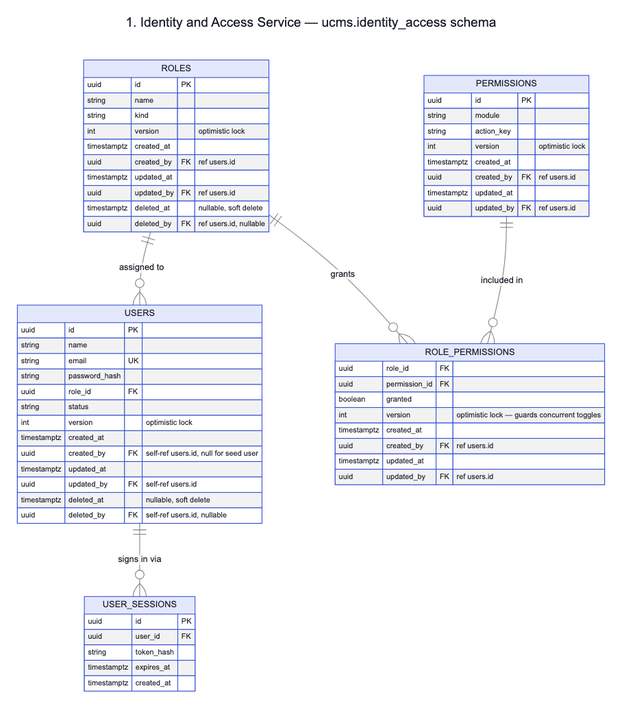
This is docs/architecture/tables-01-identity-access.png from ESD-ONE/University-Course-Management-System, a Mermaid export, as it was before one commit. Its source is kept beside it as docs/architecture/tables-01-identity-access.mmd.
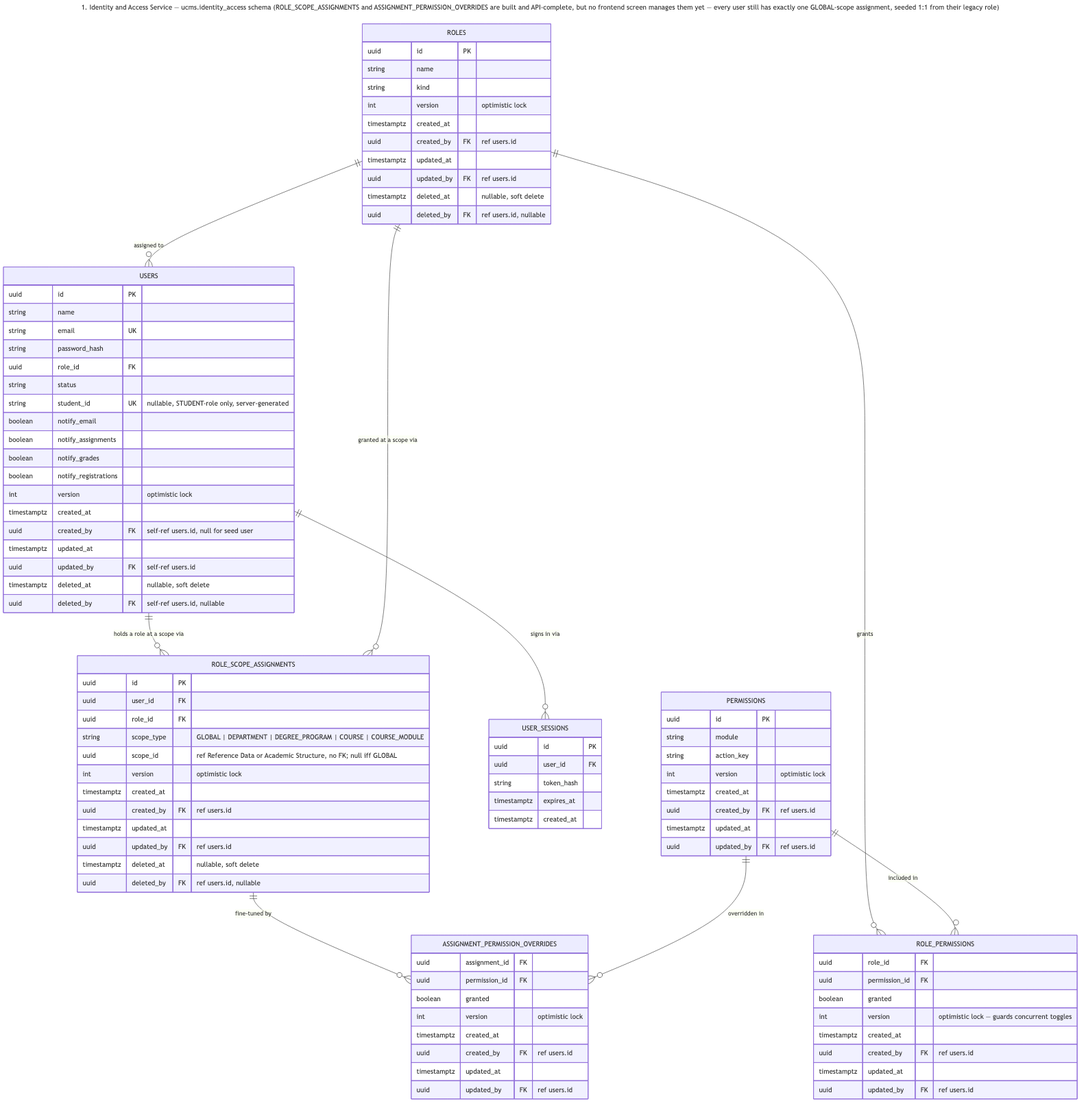
After the commit.

Diff of the diagram source:
```diff
@@ -1,5 +1,5 @@
 ---
-title: 1. Identity and Access Service — ucms.identity_access schema
+title: "1. Identity and Access Service — ucms.identity_access schema (ROLE_SCOPE_ASSIGNMENTS and ASSIGNMENT_PERMISSION_OVERRIDES are built and API-complete, but no frontend screen manages them yet — every user still has exactly one GLOBAL-scope assignment, seeded 1:1 from their legacy role)"
 ---
 erDiagram
     USERS {
@@ -9,6 +9,11 @@
         string password_hash
         uuid role_id FK
         string status
+        string student_id UK "nullable, STUDENT-role only, server-generated"
+        boolean notify_email
+        boolean notify_assignments
+        boolean notify_grades
+        boolean notify_registrations
         int version "optimistic lock"
         timestamptz created_at
         uuid created_by FK "self-ref users.id, null for seed user"
@@ -56,8 +61,36 @@
         timestamptz expires_at
         timestamptz created_at
     }
+    ROLE_SCOPE_ASSIGNMENTS {
+        uuid id PK
+        uuid user_id FK
+        uuid role_id FK
+        string scope_type "GLOBAL | DEPARTMENT | DEGREE_PROGRAM | COURSE | COURSE_MODULE"
+        uuid scope_id "ref Reference Data or Academic Structure, no FK; null iff GLOBAL"
+        int version "optimistic lock"
+        timestamptz created_at
+        uuid created_by FK "ref users.id"
+        timestamptz updated_at
+        uuid updated_by FK "ref users.id"
+        timestamptz deleted_at "nullable, soft delete"
+        uuid deleted_by FK "ref users.id, nullable"
+    }
+    ASSIGNMENT_PERMISSION_OVERRIDES {
+        uuid assignment_id FK
+        uuid permission_id FK
+        boolean granted
+        int version "optimistic lock"
+        timestamptz created_at
+        uuid created_by FK "ref users.id"
+        timestamptz updated_at
+        uuid updated_by FK "ref users.id"
+    }
 
     ROLES ||--o{ USERS : "assigned to"
     ROLES ||--o{ ROLE_PERMISSIONS : "grants"
     PERMISSIONS ||--o{ ROLE_PERMISSIONS : "included in"
     USERS ||--o{ USER_SESSIONS : "signs in via"
+    USERS ||--o{ ROLE_SCOPE_ASSIGNMENTS : "holds a role at a scope via"
+    ROLES ||--o{ ROLE_SCOPE_ASSIGNMENTS : "granted at a scope via"
+    ROLE_SCOPE_ASSIGNMENTS ||--o{ ASSIGNMENT_PERMISSION_OVERRIDES : "fine-tuned by"
+    PERMISSIONS ||--o{ ASSIGNMENT_PERMISSION_OVERRIDES : "overridden in"
```
